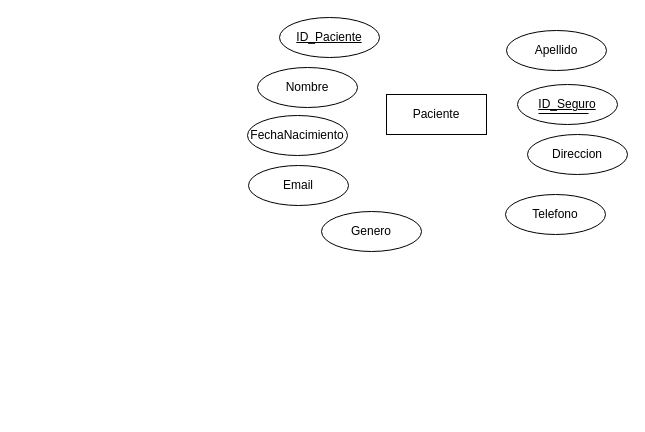
The draw.io diagram ExamenI.drawio in Csandoval-dev/EtlExamenI, before the edit. Source tidied: cells renumbered, new cells numbered last; positions are measured from the earlier drawing's top-left corner, leaving out a move shared by most shapes. Both pictures are drawn from the tidied source at 100%, with x=0, y=0 at pixel (247, 17).
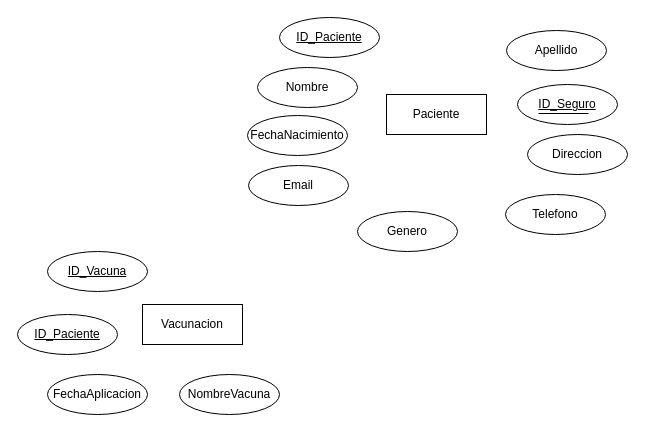
The same page after the edit.

The edit, as a diff of the source:
```diff
@@
 <mxGraphModel>
   <root>
     <mxCell id="0" />
     <mxCell id="1" parent="0" />
     <mxCell id="2" value="Paciente" style="whiteSpace=wrap;html=1;align=center;" parent="1" vertex="1">
       <mxGeometry x="139" y="77" width="100" height="40" as="geometry" />
     </mxCell>
     <mxCell id="3" value="ID_Paciente" style="ellipse;whiteSpace=wrap;html=1;align=center;fontStyle=4;" parent="1" vertex="1">
       <mxGeometry x="32" width="100" height="40" as="geometry" />
     </mxCell>
     <mxCell id="4" value="Nombre" style="ellipse;whiteSpace=wrap;html=1;align=center;" parent="1" vertex="1">
       <mxGeometry x="10" y="50" width="100" height="40" as="geometry" />
     </mxCell>
     <mxCell id="5" value="Apellido" style="ellipse;whiteSpace=wrap;html=1;align=center;" parent="1" vertex="1">
       <mxGeometry x="259" y="13" width="100" height="40" as="geometry" />
     </mxCell>
     <mxCell id="6" value="FechaNacimiento" style="ellipse;whiteSpace=wrap;html=1;align=center;" parent="1" vertex="1">
       <mxGeometry y="98" width="100" height="40" as="geometry" />
     </mxCell>
     <mxCell id="7" value="Genero" style="ellipse;whiteSpace=wrap;html=1;align=center;" parent="1" vertex="1">
-      <mxGeometry x="74" y="194" width="100" height="40" as="geometry" />
+      <mxGeometry x="110" y="194" width="100" height="40" as="geometry" />
     </mxCell>
     <mxCell id="8" value="Direccion" style="ellipse;whiteSpace=wrap;html=1;align=center;" parent="1" vertex="1">
       <mxGeometry x="280" y="117" width="100" height="40" as="geometry" />
     </mxCell>
     <mxCell id="9" value="Telefono" style="ellipse;whiteSpace=wrap;html=1;align=center;" parent="1" vertex="1">
       <mxGeometry x="258" y="177" width="100" height="40" as="geometry" />
     </mxCell>
     <mxCell id="10" value="Email" style="ellipse;whiteSpace=wrap;html=1;align=center;" parent="1" vertex="1">
       <mxGeometry x="1" y="148" width="100" height="40" as="geometry" />
     </mxCell>
     <mxCell id="11" value="ID_Seguro" style="ellipse;whiteSpace=wrap;html=1;align=center;fontStyle=4;" parent="1" vertex="1">
       <mxGeometry x="270" y="67" width="100" height="40" as="geometry" />
     </mxCell>
     <mxCell id="12" style="endArrow=none;html=1;rounded=0;" parent="1" edge="1">
       <mxGeometry relative="1" as="geometry">
         <mxPoint x="291" y="96" as="sourcePoint" />
         <mxPoint x="341" y="96" as="targetPoint" />
       </mxGeometry>
     </mxCell>
+    <mxCell id="13" value="Vacunacion" style="whiteSpace=wrap;html=1;align=center;" parent="1" vertex="1">
+      <mxGeometry x="-105" y="287" width="100" height="40" as="geometry" />
+    </mxCell>
+    <mxCell id="14" value="ID_Paciente" style="ellipse;whiteSpace=wrap;html=1;align=center;fontStyle=4;" parent="1" vertex="1">
+      <mxGeometry x="-230" y="297" width="100" height="40" as="geometry" />
+    </mxCell>
+    <mxCell id="15" value="ID_Vacuna" style="ellipse;whiteSpace=wrap;html=1;align=center;fontStyle=4;" parent="1" vertex="1">
+      <mxGeometry x="-200" y="234" width="100" height="40" as="geometry" />
+    </mxCell>
+    <mxCell id="16" value="NombreVacuna" style="ellipse;whiteSpace=wrap;html=1;align=center;" parent="1" vertex="1">
+      <mxGeometry x="-68" y="357" width="100" height="40" as="geometry" />
+    </mxCell>
+    <mxCell id="17" value="FechaAplicacion" style="ellipse;whiteSpace=wrap;html=1;align=center;" parent="1" vertex="1">
+      <mxGeometry x="-200" y="357" width="100" height="40" as="geometry" />
+    </mxCell>
   </root>
 </mxGraphModel>
```
